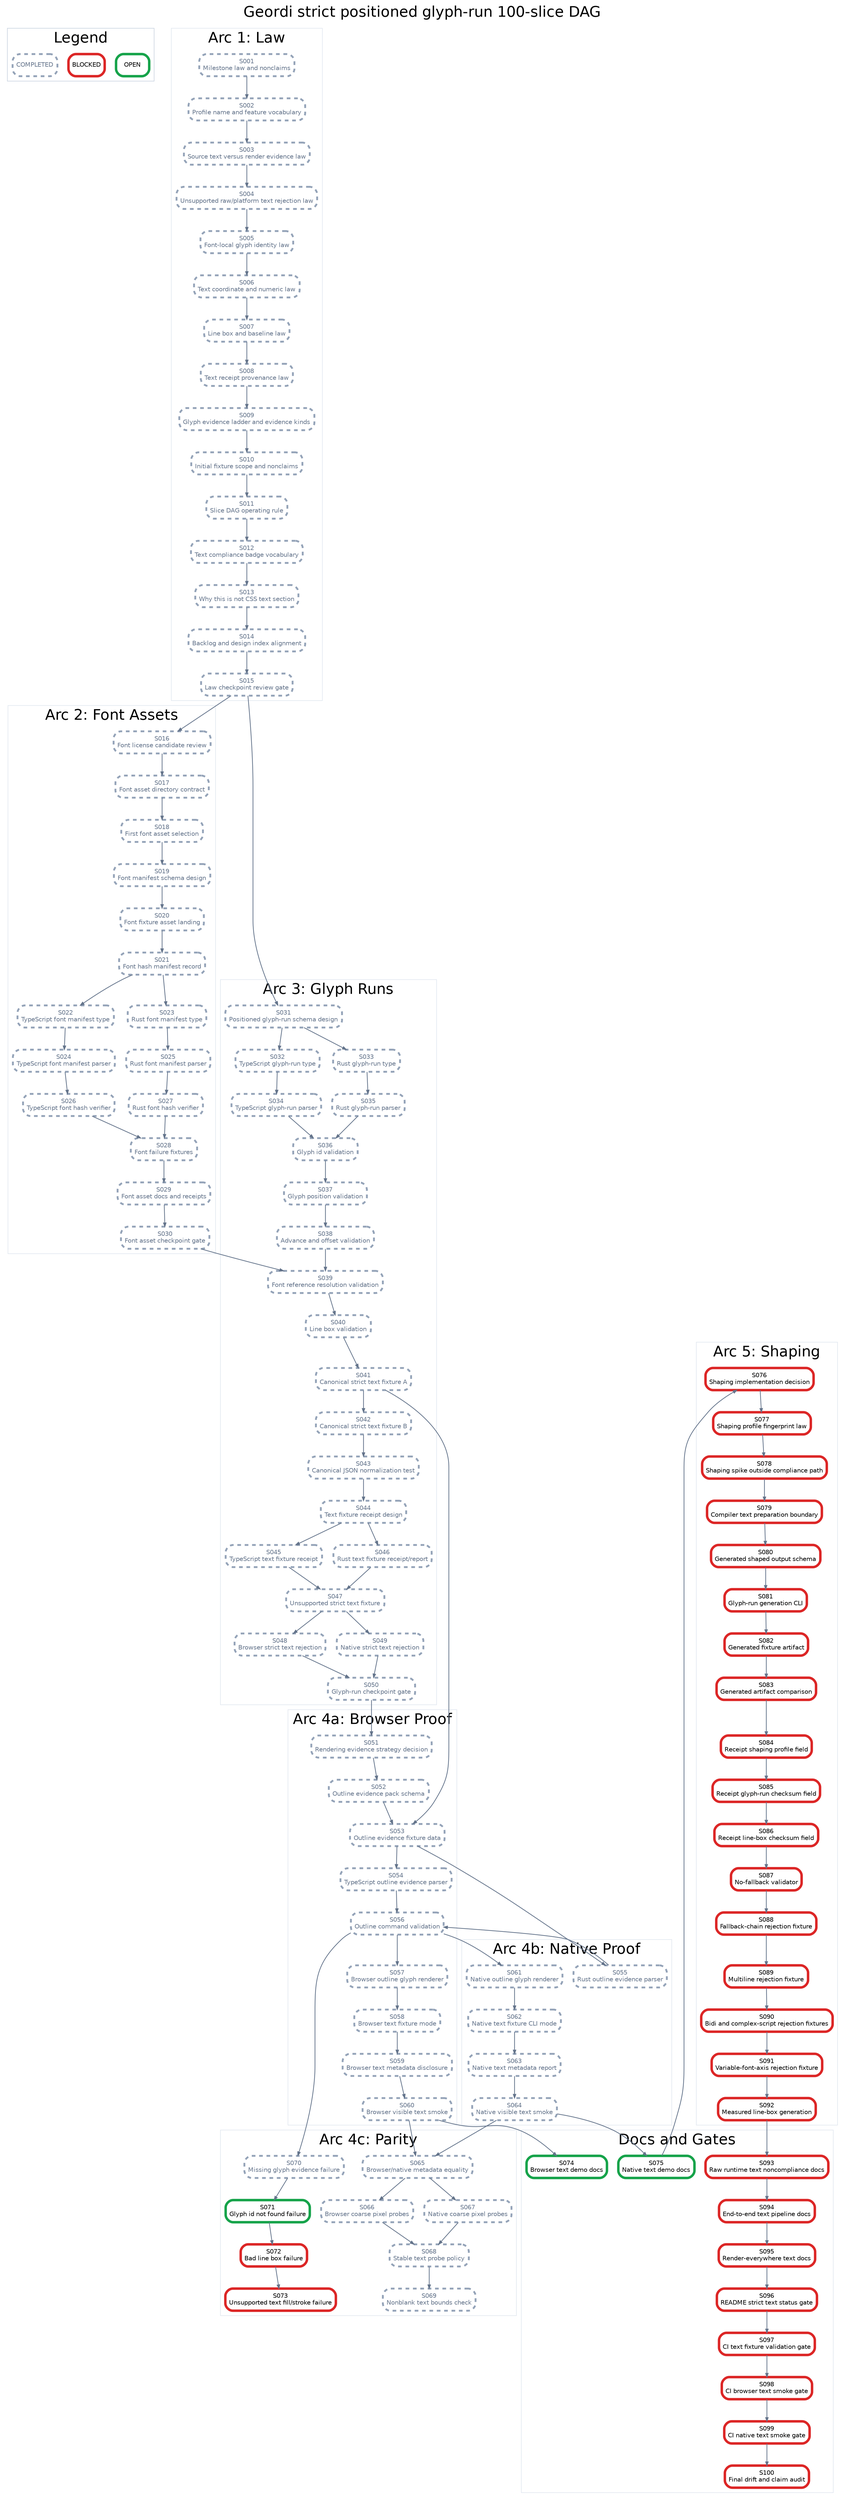
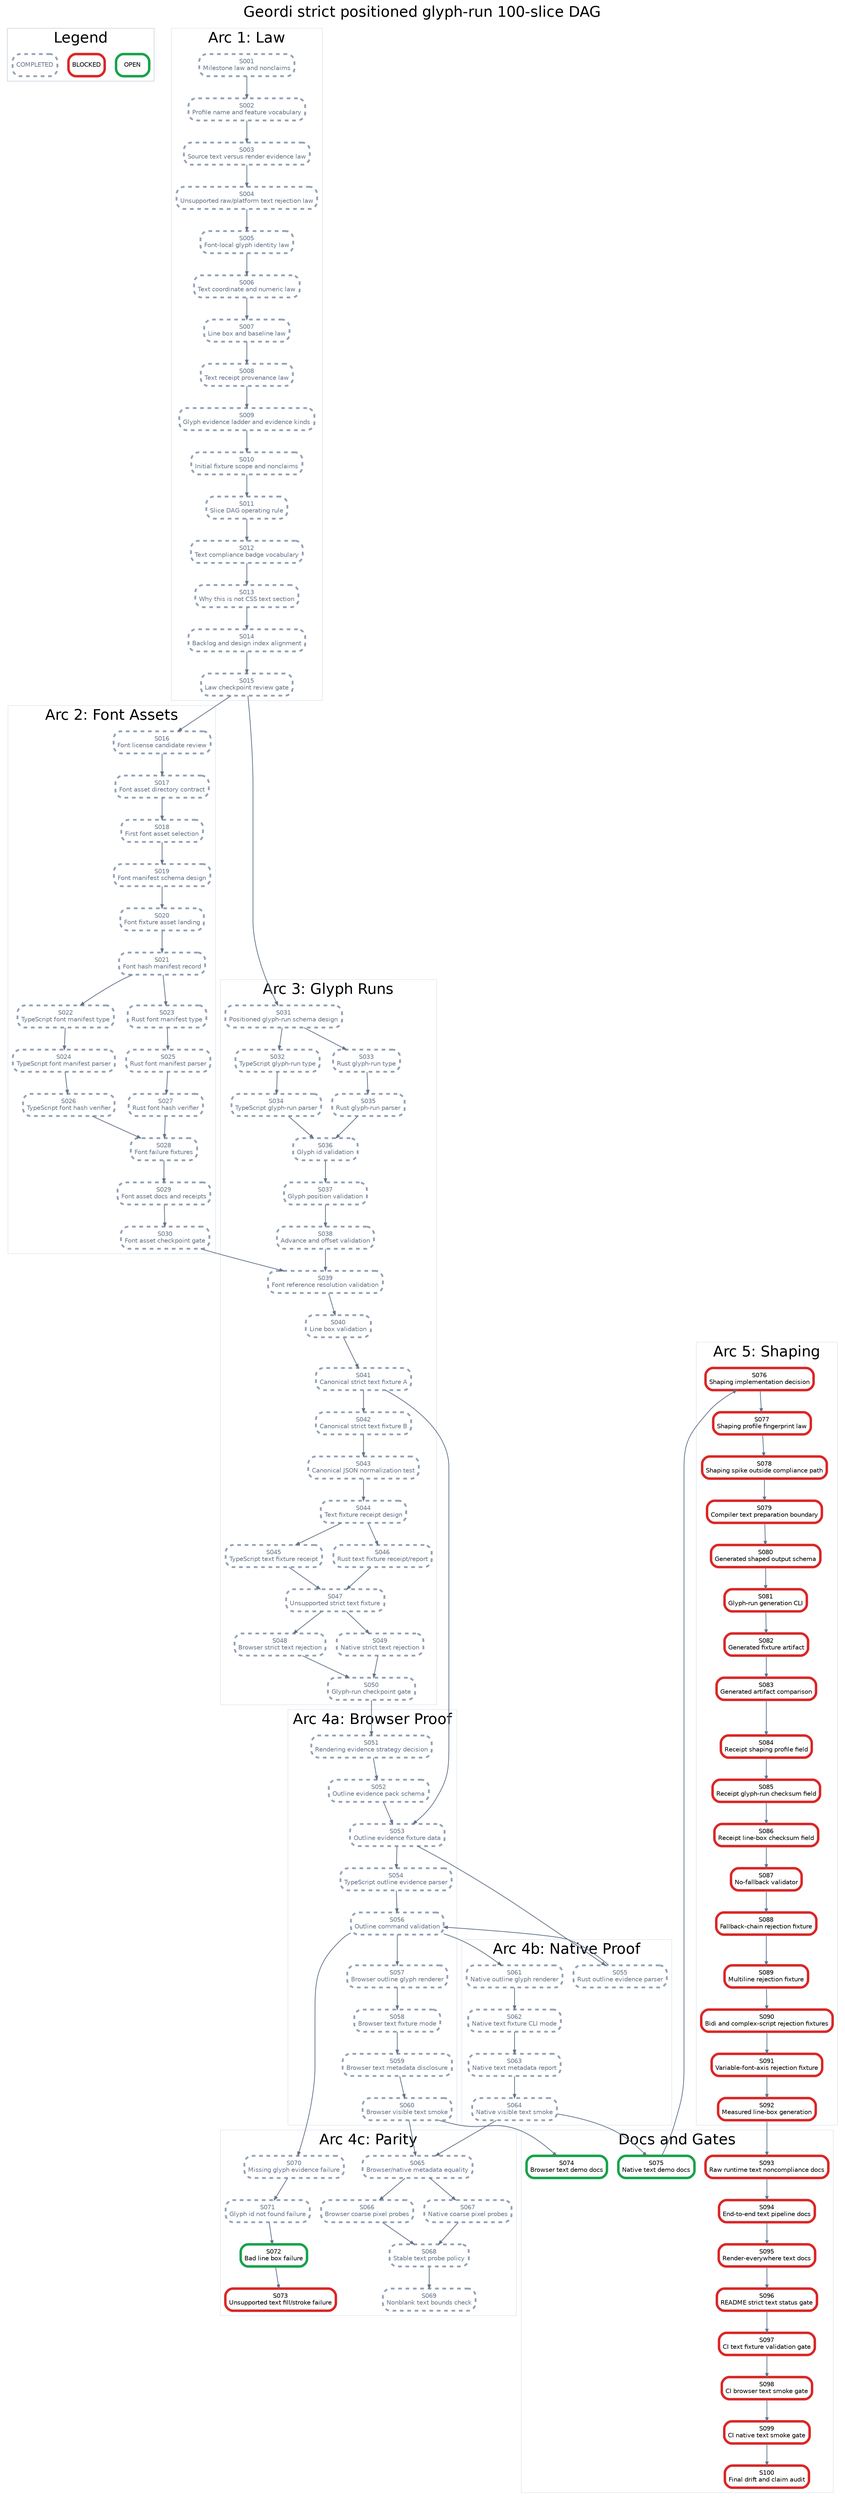
digraph StrictPositionedGlyphRunPlan {
  graph [rankdir=TB, bgcolor="white", fontname="Helvetica", label="Geordi strict positioned glyph-run 100-slice DAG", labelloc="t", fontsize=24];
  node [shape=box, style="rounded,filled", fillcolor="white", fontname="Helvetica", fontsize=10, margin="0.08,0.05"];
  edge [color="#64748b", arrowsize=0.6, penwidth=1.2];

  subgraph cluster_legend {
    label="Legend";
    color="#cbd5e1";
    legend_open [label="OPEN", color="#16a34a", penwidth=4];
    legend_blocked [label="BLOCKED", color="#dc2626", penwidth=4];
    legend_done [label="COMPLETED", color="#94a3b8", penwidth=3, style="rounded,filled,dashed", fontcolor="#64748b"];
  }

  subgraph cluster_law {
    label="Arc 1: Law";
    color="#e2e8f0";
    S001 [label="S001\nMilestone law and nonclaims", color="#94a3b8", penwidth=3, style="rounded,filled,dashed", fontcolor="#64748b"];
    S002 [label="S002\nProfile name and feature vocabulary", color="#94a3b8", penwidth=3, style="rounded,filled,dashed", fontcolor="#64748b"];
    S003 [label="S003\nSource text versus render evidence law", color="#94a3b8", penwidth=3, style="rounded,filled,dashed", fontcolor="#64748b"];
    S004 [label="S004\nUnsupported raw/platform text rejection law", color="#94a3b8", penwidth=3, style="rounded,filled,dashed", fontcolor="#64748b"];
    S005 [label="S005\nFont-local glyph identity law", color="#94a3b8", penwidth=3, style="rounded,filled,dashed", fontcolor="#64748b"];
    S006 [label="S006\nText coordinate and numeric law", color="#94a3b8", penwidth=3, style="rounded,filled,dashed", fontcolor="#64748b"];
    S007 [label="S007\nLine box and baseline law", color="#94a3b8", penwidth=3, style="rounded,filled,dashed", fontcolor="#64748b"];
    S008 [label="S008\nText receipt provenance law", color="#94a3b8", penwidth=3, style="rounded,filled,dashed", fontcolor="#64748b"];
    S009 [label="S009\nGlyph evidence ladder and evidence kinds", color="#94a3b8", penwidth=3, style="rounded,filled,dashed", fontcolor="#64748b"];
    S010 [label="S010\nInitial fixture scope and nonclaims", color="#94a3b8", penwidth=3, style="rounded,filled,dashed", fontcolor="#64748b"];
    S011 [label="S011\nSlice DAG operating rule", color="#94a3b8", penwidth=3, style="rounded,filled,dashed", fontcolor="#64748b"];
    S012 [label="S012\nText compliance badge vocabulary", color="#94a3b8", penwidth=3, style="rounded,filled,dashed", fontcolor="#64748b"];
    S013 [label="S013\nWhy this is not CSS text section", color="#94a3b8", penwidth=3, style="rounded,filled,dashed", fontcolor="#64748b"];
    S014 [label="S014\nBacklog and design index alignment", color="#94a3b8", penwidth=3, style="rounded,filled,dashed", fontcolor="#64748b"];
    S015 [label="S015\nLaw checkpoint review gate", color="#94a3b8", penwidth=3, style="rounded,filled,dashed", fontcolor="#64748b"];
  }

  subgraph cluster_assets {
    label="Arc 2: Font Assets";
    color="#e2e8f0";
    S016 [label="S016\nFont license candidate review", color="#94a3b8", penwidth=3, style="rounded,filled,dashed", fontcolor="#64748b"];
    S017 [label="S017\nFont asset directory contract", color="#94a3b8", penwidth=3, style="rounded,filled,dashed", fontcolor="#64748b"];
    S018 [label="S018\nFirst font asset selection", color="#94a3b8", penwidth=3, style="rounded,filled,dashed", fontcolor="#64748b"];
    S019 [label="S019\nFont manifest schema design", color="#94a3b8", penwidth=3, style="rounded,filled,dashed", fontcolor="#64748b"];
    S020 [label="S020\nFont fixture asset landing", color="#94a3b8", penwidth=3, style="rounded,filled,dashed", fontcolor="#64748b"];
    S021 [label="S021\nFont hash manifest record", color="#94a3b8", penwidth=3, style="rounded,filled,dashed", fontcolor="#64748b"];
    S022 [label="S022\nTypeScript font manifest type", color="#94a3b8", penwidth=3, style="rounded,filled,dashed", fontcolor="#64748b"];
    S023 [label="S023\nRust font manifest type", color="#94a3b8", penwidth=3, style="rounded,filled,dashed", fontcolor="#64748b"];
    S024 [label="S024\nTypeScript font manifest parser", color="#94a3b8", penwidth=3, style="rounded,filled,dashed", fontcolor="#64748b"];
    S025 [label="S025\nRust font manifest parser", color="#94a3b8", penwidth=3, style="rounded,filled,dashed", fontcolor="#64748b"];
    S026 [label="S026\nTypeScript font hash verifier", color="#94a3b8", penwidth=3, style="rounded,filled,dashed", fontcolor="#64748b"];
    S027 [label="S027\nRust font hash verifier", color="#94a3b8", penwidth=3, style="rounded,filled,dashed", fontcolor="#64748b"];
    S028 [label="S028\nFont failure fixtures", color="#94a3b8", penwidth=3, style="rounded,filled,dashed", fontcolor="#64748b"];
    S029 [label="S029\nFont asset docs and receipts", color="#94a3b8", penwidth=3, style="rounded,filled,dashed", fontcolor="#64748b"];
    S030 [label="S030\nFont asset checkpoint gate", color="#94a3b8", penwidth=3, style="rounded,filled,dashed", fontcolor="#64748b"];
  }

  subgraph cluster_glyph {
    label="Arc 3: Glyph Runs";
    color="#e2e8f0";
    S031 [label="S031\nPositioned glyph-run schema design", color="#94a3b8", penwidth=3, style="rounded,filled,dashed", fontcolor="#64748b"];
    S032 [label="S032\nTypeScript glyph-run type", color="#94a3b8", penwidth=3, style="rounded,filled,dashed", fontcolor="#64748b"];
    S033 [label="S033\nRust glyph-run type", color="#94a3b8", penwidth=3, style="rounded,filled,dashed", fontcolor="#64748b"];
    S034 [label="S034\nTypeScript glyph-run parser", color="#94a3b8", penwidth=3, style="rounded,filled,dashed", fontcolor="#64748b"];
    S035 [label="S035\nRust glyph-run parser", color="#94a3b8", penwidth=3, style="rounded,filled,dashed", fontcolor="#64748b"];
    S036 [label="S036\nGlyph id validation", color="#94a3b8", penwidth=3, style="rounded,filled,dashed", fontcolor="#64748b"];
    S037 [label="S037\nGlyph position validation", color="#94a3b8", penwidth=3, style="rounded,filled,dashed", fontcolor="#64748b"];
    S038 [label="S038\nAdvance and offset validation", color="#94a3b8", penwidth=3, style="rounded,filled,dashed", fontcolor="#64748b"];
    S039 [label="S039\nFont reference resolution validation", color="#94a3b8", penwidth=3, style="rounded,filled,dashed", fontcolor="#64748b"];
    S040 [label="S040\nLine box validation", color="#94a3b8", penwidth=3, style="rounded,filled,dashed", fontcolor="#64748b"];
    S041 [label="S041\nCanonical strict text fixture A", color="#94a3b8", penwidth=3, style="rounded,filled,dashed", fontcolor="#64748b"];
    S042 [label="S042\nCanonical strict text fixture B", color="#94a3b8", penwidth=3, style="rounded,filled,dashed", fontcolor="#64748b"];
    S043 [label="S043\nCanonical JSON normalization test", color="#94a3b8", penwidth=3, style="rounded,filled,dashed", fontcolor="#64748b"];
    S044 [label="S044\nText fixture receipt design", color="#94a3b8", penwidth=3, style="rounded,filled,dashed", fontcolor="#64748b"];
    S045 [label="S045\nTypeScript text fixture receipt", color="#94a3b8", penwidth=3, style="rounded,filled,dashed", fontcolor="#64748b"];
    S046 [label="S046\nRust text fixture receipt/report", color="#94a3b8", penwidth=3, style="rounded,filled,dashed", fontcolor="#64748b"];
    S047 [label="S047\nUnsupported strict text fixture", color="#94a3b8", penwidth=3, style="rounded,filled,dashed", fontcolor="#64748b"];
    S048 [label="S048\nBrowser strict text rejection", color="#94a3b8", penwidth=3, style="rounded,filled,dashed", fontcolor="#64748b"];
    S049 [label="S049\nNative strict text rejection", color="#94a3b8", penwidth=3, style="rounded,filled,dashed", fontcolor="#64748b"];
    S050 [label="S050\nGlyph-run checkpoint gate", color="#94a3b8", penwidth=3, style="rounded,filled,dashed", fontcolor="#64748b"];
  }

  subgraph cluster_browser {
    label="Arc 4a: Browser Proof";
    color="#e2e8f0";
    S051 [label="S051\nRendering evidence strategy decision", color="#94a3b8", penwidth=3, style="rounded,filled,dashed", fontcolor="#64748b"];
    S052 [label="S052\nOutline evidence pack schema", color="#94a3b8", penwidth=3, style="rounded,filled,dashed", fontcolor="#64748b"];
    S053 [label="S053\nOutline evidence fixture data", color="#94a3b8", penwidth=3, style="rounded,filled,dashed", fontcolor="#64748b"];
    S054 [label="S054\nTypeScript outline evidence parser", color="#94a3b8", penwidth=3, style="rounded,filled,dashed", fontcolor="#64748b"];
    S056 [label="S056\nOutline command validation", color="#94a3b8", penwidth=3, style="rounded,filled,dashed", fontcolor="#64748b"];
    S057 [label="S057\nBrowser outline glyph renderer", color="#94a3b8", penwidth=3, style="rounded,filled,dashed", fontcolor="#64748b"];
    S058 [label="S058\nBrowser text fixture mode", color="#94a3b8", penwidth=3, style="rounded,filled,dashed", fontcolor="#64748b"];
    S059 [label="S059\nBrowser text metadata disclosure", color="#94a3b8", penwidth=3, style="rounded,filled,dashed", fontcolor="#64748b"];
    S060 [label="S060\nBrowser visible text smoke", color="#94a3b8", penwidth=3, style="rounded,filled,dashed", fontcolor="#64748b"];
  }

  subgraph cluster_native {
    label="Arc 4b: Native Proof";
    color="#e2e8f0";
    S055 [label="S055\nRust outline evidence parser", color="#94a3b8", penwidth=3, style="rounded,filled,dashed", fontcolor="#64748b"];
    S061 [label="S061\nNative outline glyph renderer", color="#94a3b8", penwidth=3, style="rounded,filled,dashed", fontcolor="#64748b"];
    S062 [label="S062\nNative text fixture CLI mode", color="#94a3b8", penwidth=3, style="rounded,filled,dashed", fontcolor="#64748b"];
    S063 [label="S063\nNative text metadata report", color="#94a3b8", penwidth=3, style="rounded,filled,dashed", fontcolor="#64748b"];
    S064 [label="S064\nNative visible text smoke", color="#94a3b8", penwidth=3, style="rounded,filled,dashed", fontcolor="#64748b"];
  }

  subgraph cluster_parity {
    label="Arc 4c: Parity";
    color="#e2e8f0";
    S065 [label="S065\nBrowser/native metadata equality", color="#94a3b8", penwidth=3, style="rounded,filled,dashed", fontcolor="#64748b"];
    S066 [label="S066\nBrowser coarse pixel probes", color="#94a3b8", penwidth=3, style="rounded,filled,dashed", fontcolor="#64748b"];
    S067 [label="S067\nNative coarse pixel probes", color="#94a3b8", penwidth=3, style="rounded,filled,dashed", fontcolor="#64748b"];
    S068 [label="S068\nStable text probe policy", color="#94a3b8", penwidth=3, style="rounded,filled,dashed", fontcolor="#64748b"];
    S069 [label="S069\nNonblank text bounds check", color="#94a3b8", penwidth=3, style="rounded,filled,dashed", fontcolor="#64748b"];
    S070 [label="S070\nMissing glyph evidence failure", color="#94a3b8", penwidth=3, style="rounded,filled,dashed", fontcolor="#64748b"];
-     S071 [label="S071\nGlyph id not found failure", color="#16a34a", penwidth=4];
-     S072 [label="S072\nBad line box failure", color="#dc2626", penwidth=4];
+     S071 [label="S071\nGlyph id not found failure", color="#94a3b8", penwidth=3, style="rounded,filled,dashed", fontcolor="#64748b"];
+     S072 [label="S072\nBad line box failure", color="#16a34a", penwidth=4];
    S073 [label="S073\nUnsupported text fill/stroke failure", color="#dc2626", penwidth=4];
  }

  subgraph cluster_shaping {
    label="Arc 5: Shaping";
    color="#e2e8f0";
    S076 [label="S076\nShaping implementation decision", color="#dc2626", penwidth=4];
    S077 [label="S077\nShaping profile fingerprint law", color="#dc2626", penwidth=4];
    S078 [label="S078\nShaping spike outside compliance path", color="#dc2626", penwidth=4];
    S079 [label="S079\nCompiler text preparation boundary", color="#dc2626", penwidth=4];
    S080 [label="S080\nGenerated shaped output schema", color="#dc2626", penwidth=4];
    S081 [label="S081\nGlyph-run generation CLI", color="#dc2626", penwidth=4];
    S082 [label="S082\nGenerated fixture artifact", color="#dc2626", penwidth=4];
    S083 [label="S083\nGenerated artifact comparison", color="#dc2626", penwidth=4];
    S084 [label="S084\nReceipt shaping profile field", color="#dc2626", penwidth=4];
    S085 [label="S085\nReceipt glyph-run checksum field", color="#dc2626", penwidth=4];
    S086 [label="S086\nReceipt line-box checksum field", color="#dc2626", penwidth=4];
    S087 [label="S087\nNo-fallback validator", color="#dc2626", penwidth=4];
    S088 [label="S088\nFallback-chain rejection fixture", color="#dc2626", penwidth=4];
    S089 [label="S089\nMultiline rejection fixture", color="#dc2626", penwidth=4];
    S090 [label="S090\nBidi and complex-script rejection fixtures", color="#dc2626", penwidth=4];
    S091 [label="S091\nVariable-font-axis rejection fixture", color="#dc2626", penwidth=4];
    S092 [label="S092\nMeasured line-box generation", color="#dc2626", penwidth=4];
  }

  subgraph cluster_docs {
    label="Docs and Gates";
    color="#e2e8f0";
    S074 [label="S074\nBrowser text demo docs", color="#16a34a", penwidth=4];
    S075 [label="S075\nNative text demo docs", color="#16a34a", penwidth=4];
    S093 [label="S093\nRaw runtime text noncompliance docs", color="#dc2626", penwidth=4];
    S094 [label="S094\nEnd-to-end text pipeline docs", color="#dc2626", penwidth=4];
    S095 [label="S095\nRender-everywhere text docs", color="#dc2626", penwidth=4];
    S096 [label="S096\nREADME strict text status gate", color="#dc2626", penwidth=4];
    S097 [label="S097\nCI text fixture validation gate", color="#dc2626", penwidth=4];
    S098 [label="S098\nCI browser text smoke gate", color="#dc2626", penwidth=4];
    S099 [label="S099\nCI native text smoke gate", color="#dc2626", penwidth=4];
    S100 [label="S100\nFinal drift and claim audit", color="#dc2626", penwidth=4];
  }

  S001 -> S002;
  S002 -> S003;
  S003 -> S004;
  S004 -> S005;
  S005 -> S006;
  S006 -> S007;
  S007 -> S008;
  S008 -> S009;
  S009 -> S010;
  S010 -> S011;
  S011 -> S012;
  S012 -> S013;
  S013 -> S014;
  S014 -> S015;
  S015 -> S016;
  S016 -> S017;
  S017 -> S018;
  S018 -> S019;
  S019 -> S020;
  S020 -> S021;
  S021 -> S022;
  S021 -> S023;
  S022 -> S024;
  S023 -> S025;
  S024 -> S026;
  S025 -> S027;
  S026 -> S028;
  S027 -> S028;
  S028 -> S029;
  S029 -> S030;
  S015 -> S031;
  S031 -> S032;
  S031 -> S033;
  S032 -> S034;
  S033 -> S035;
  S034 -> S036;
  S035 -> S036;
  S036 -> S037;
  S037 -> S038;
  S038 -> S039;
  S039 -> S040;
  S030 -> S039;
  S040 -> S041;
  S041 -> S042;
  S042 -> S043;
  S043 -> S044;
  S044 -> S045;
  S044 -> S046;
  S045 -> S047;
  S046 -> S047;
  S047 -> S048;
  S047 -> S049;
  S048 -> S050;
  S049 -> S050;
  S050 -> S051;
  S051 -> S052;
  S052 -> S053;
  S041 -> S053;
  S053 -> S054;
  S053 -> S055;
  S054 -> S056;
  S055 -> S056;
  S056 -> S057;
  S057 -> S058;
  S058 -> S059;
  S059 -> S060;
  S056 -> S061;
  S061 -> S062;
  S062 -> S063;
  S063 -> S064;
  S060 -> S065;
  S064 -> S065;
  S065 -> S066;
  S065 -> S067;
  S066 -> S068;
  S067 -> S068;
  S068 -> S069;
  S056 -> S070;
  S070 -> S071;
  S071 -> S072;
  S072 -> S073;
  S060 -> S074;
  S064 -> S075;
  S075 -> S076;
  S076 -> S077;
  S077 -> S078;
  S078 -> S079;
  S079 -> S080;
  S080 -> S081;
  S081 -> S082;
  S082 -> S083;
  S083 -> S084;
  S084 -> S085;
  S085 -> S086;
  S086 -> S087;
  S087 -> S088;
  S088 -> S089;
  S089 -> S090;
  S090 -> S091;
  S091 -> S092;
  S092 -> S093;
  S093 -> S094;
  S094 -> S095;
  S095 -> S096;
  S096 -> S097;
  S097 -> S098;
  S098 -> S099;
  S099 -> S100;
}
